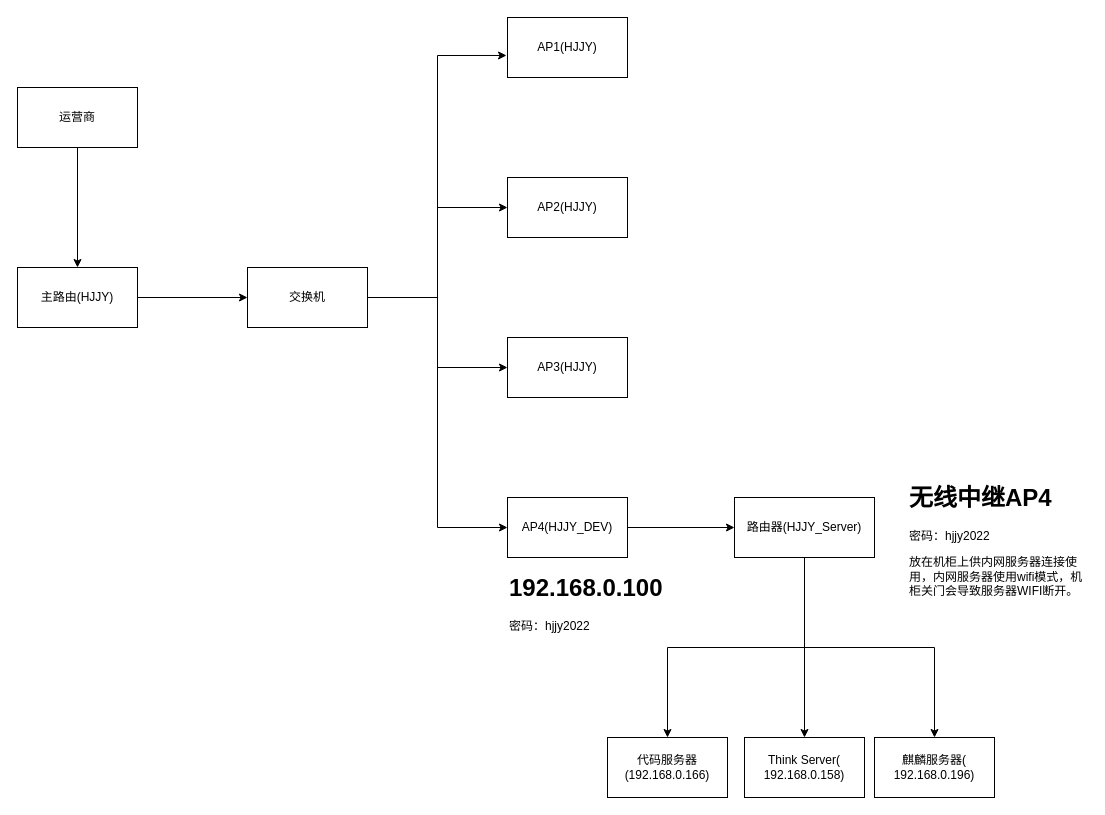
This is diagrams/网络拓扑.drawio from cn-wwl/draw, a draw.io file, before an edit. Source tidied: cells renumbered, new cells numbered last; positions are measured from the earlier drawing's top-left corner, leaving out a move shared by most shapes. Both pictures are drawn from the tidied source at 100%, with x=0, y=0 at pixel (17, 17).
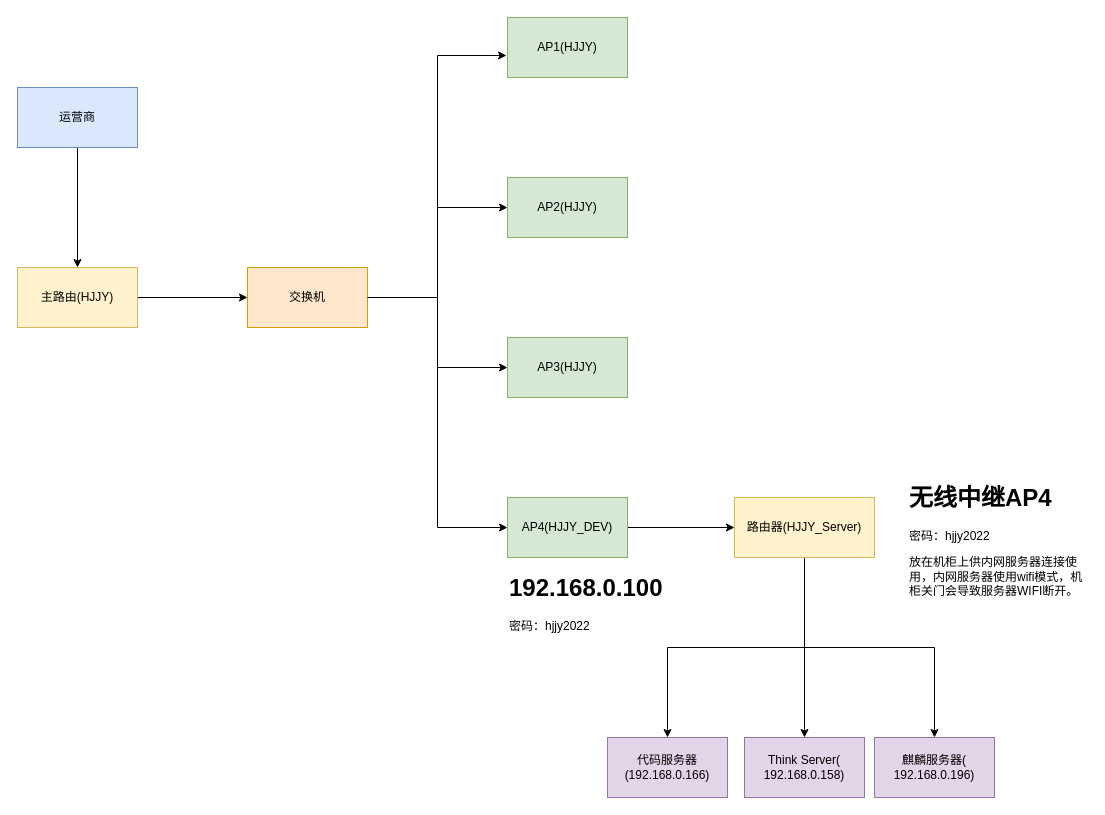
The same page after the edit.

Commit message (it also covers changes not shown here):
更新网络拓扑.drawio

The edit, as a diff of the source:
```diff
@@
-    <mxCell id="3" value="主路由(HJJY)" style="rounded=0;whiteSpace=wrap;html=1;" parent="1" vertex="1">
+    <mxCell id="3" value="主路由(HJJY)" style="rounded=0;whiteSpace=wrap;html=1;fillColor=#fff2cc;strokeColor=#d6b656;" parent="1" vertex="1">
       <mxGeometry y="250" width="120" height="60" as="geometry" />
     </mxCell>
@@
-    <mxCell id="5" value="运营商" style="rounded=0;whiteSpace=wrap;html=1;" parent="1" vertex="1">
+    <mxCell id="5" value="运营商" style="rounded=0;whiteSpace=wrap;html=1;fillColor=#dae8fc;strokeColor=#6c8ebf;" parent="1" vertex="1">
       <mxGeometry y="70" width="120" height="60" as="geometry" />
     </mxCell>
-    <mxCell id="6" value="AP1(HJJY)" style="rounded=0;whiteSpace=wrap;html=1;" parent="1" vertex="1">
+    <mxCell id="6" value="AP1(HJJY)" style="rounded=0;whiteSpace=wrap;html=1;fillColor=#d5e8d4;strokeColor=#82b366;" parent="1" vertex="1">
       <mxGeometry x="490" width="120" height="60" as="geometry" />
     </mxCell>
-    <mxCell id="7" value="AP2(HJJY)" style="rounded=0;whiteSpace=wrap;html=1;" parent="1" vertex="1">
+    <mxCell id="7" value="AP2(HJJY)" style="rounded=0;whiteSpace=wrap;html=1;fillColor=#d5e8d4;strokeColor=#82b366;" parent="1" vertex="1">
       <mxGeometry x="490" y="160" width="120" height="60" as="geometry" />
     </mxCell>
-    <mxCell id="8" value="AP3(HJJY)" style="rounded=0;whiteSpace=wrap;html=1;" parent="1" vertex="1">
+    <mxCell id="8" value="AP3(HJJY)" style="rounded=0;whiteSpace=wrap;html=1;fillColor=#d5e8d4;strokeColor=#82b366;" parent="1" vertex="1">
       <mxGeometry x="490" y="320" width="120" height="60" as="geometry" />
     </mxCell>
@@
-    <mxCell id="10" value="AP4(HJJY_DEV)" style="rounded=0;whiteSpace=wrap;html=1;" parent="1" vertex="1">
+    <mxCell id="10" value="AP4(HJJY_DEV)" style="rounded=0;whiteSpace=wrap;html=1;fillColor=#d5e8d4;strokeColor=#82b366;" parent="1" vertex="1">
       <mxGeometry x="490" y="480" width="120" height="60" as="geometry" />
     </mxCell>
@@
-    <mxCell id="14" value="交换机" style="whiteSpace=wrap;html=1;rounded=0;" parent="1" vertex="1">
+    <mxCell id="14" value="交换机" style="whiteSpace=wrap;html=1;rounded=0;fillColor=#ffe6cc;strokeColor=#d79b00;" parent="1" vertex="1">
       <mxGeometry x="230" y="250" width="120" height="60" as="geometry" />
     </mxCell>
@@
-    <mxCell id="18" value="路由器(HJJY_Server)" style="whiteSpace=wrap;html=1;rounded=0;" parent="1" vertex="1">
+    <mxCell id="18" value="路由器(HJJY_Server)" style="whiteSpace=wrap;html=1;rounded=0;fillColor=#fff2cc;strokeColor=#d6b656;" parent="1" vertex="1">
       <mxGeometry x="717" y="480" width="140" height="60" as="geometry" />
     </mxCell>
-    <mxCell id="19" value="代码服务器(192.168.0.166)" style="rounded=0;whiteSpace=wrap;html=1;" parent="1" vertex="1">
+    <mxCell id="19" value="代码服务器(192.168.0.166)" style="rounded=0;whiteSpace=wrap;html=1;fillColor=#e1d5e7;strokeColor=#9673a6;" parent="1" vertex="1">
       <mxGeometry x="590" y="720" width="120" height="60" as="geometry" />
     </mxCell>
-    <mxCell id="20" value="Think Server(&lt;div&gt;192.168.0.158)&lt;/div&gt;" style="rounded=0;whiteSpace=wrap;html=1;" parent="1" vertex="1">
+    <mxCell id="20" value="Think Server(&lt;div&gt;192.168.0.158)&lt;/div&gt;" style="rounded=0;whiteSpace=wrap;html=1;fillColor=#e1d5e7;strokeColor=#9673a6;" parent="1" vertex="1">
       <mxGeometry x="727" y="720" width="120" height="60" as="geometry" />
     </mxCell>
-    <mxCell id="21" value="麒麟服务器(&lt;div&gt;192.168.0.196)&lt;/div&gt;" style="rounded=0;whiteSpace=wrap;html=1;" parent="1" vertex="1">
+    <mxCell id="21" value="麒麟服务器(&lt;div&gt;192.168.0.196)&lt;/div&gt;" style="rounded=0;whiteSpace=wrap;html=1;fillColor=#e1d5e7;strokeColor=#9673a6;" parent="1" vertex="1">
       <mxGeometry x="857" y="720" width="120" height="60" as="geometry" />
     </mxCell>
```
